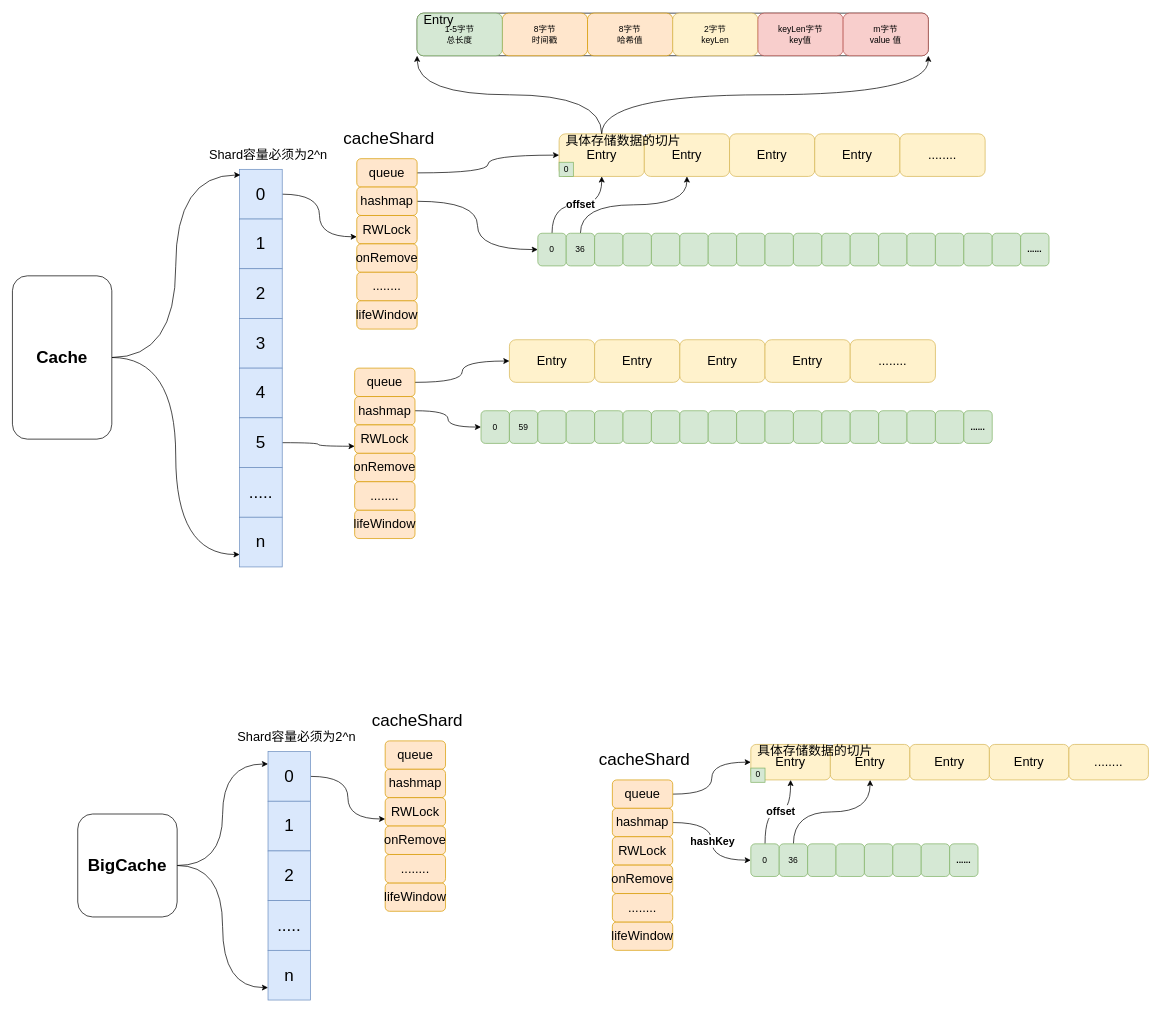
Before: page "数据结构" (1 of 3) of _cache/bigCache.drawio in Zhouchaowen/Hawkeye, a draw.io diagram. Source tidied: cells renumbered, new cells numbered last; positions are measured from the earlier drawing's top-left corner, leaving out a move shared by most shapes. Both pictures are drawn from the tidied source at 71%, with x=0, y=0 at pixel (12, 13).
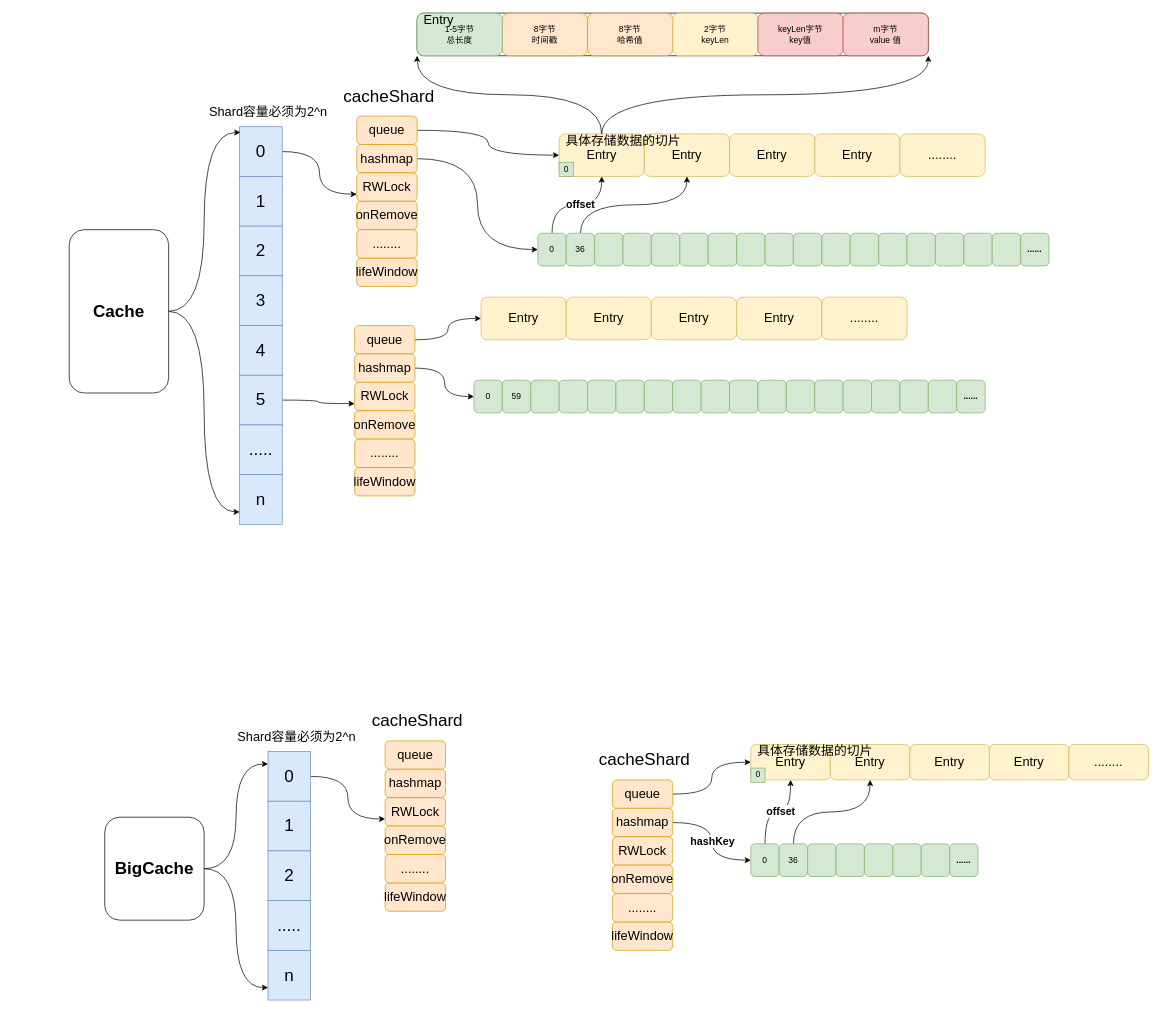
Above is the later version.

Change to the diagram source:
```diff
@@
     <mxCell id="12" value="&lt;font style=&quot;font-size: 24px&quot;&gt;0&lt;br&gt;&lt;/font&gt;" style="rounded=0;whiteSpace=wrap;html=1;fillColor=#dae8fc;strokeColor=#6c8ebf;" parent="1" vertex="1">
-      <mxGeometry x="320" y="220" width="60" height="70" as="geometry" />
+      <mxGeometry x="320" y="160" width="60" height="70" as="geometry" />
     </mxCell>
     <mxCell id="13" value="&lt;font style=&quot;font-size: 24px&quot;&gt;1&lt;/font&gt;" style="rounded=0;whiteSpace=wrap;html=1;fillColor=#dae8fc;strokeColor=#6c8ebf;" parent="1" vertex="1">
-      <mxGeometry x="320" y="290" width="60" height="70" as="geometry" />
+      <mxGeometry x="320" y="230" width="60" height="70" as="geometry" />
     </mxCell>
     <mxCell id="14" value="&lt;font style=&quot;font-size: 24px&quot;&gt;2&lt;/font&gt;" style="rounded=0;whiteSpace=wrap;html=1;fillColor=#dae8fc;strokeColor=#6c8ebf;" parent="1" vertex="1">
-      <mxGeometry x="320" y="360" width="60" height="70" as="geometry" />
+      <mxGeometry x="320" y="300" width="60" height="70" as="geometry" />
     </mxCell>
     <mxCell id="15" value="&lt;font style=&quot;font-size: 24px&quot;&gt;3&lt;/font&gt;" style="rounded=0;whiteSpace=wrap;html=1;fillColor=#dae8fc;strokeColor=#6c8ebf;" parent="1" vertex="1">
-      <mxGeometry x="320" y="430" width="60" height="70" as="geometry" />
+      <mxGeometry x="320" y="370" width="60" height="70" as="geometry" />
     </mxCell>
     <mxCell id="16" value="&lt;font style=&quot;font-size: 24px&quot;&gt;4&lt;/font&gt;" style="rounded=0;whiteSpace=wrap;html=1;fillColor=#dae8fc;strokeColor=#6c8ebf;" parent="1" vertex="1">
-      <mxGeometry x="320" y="500" width="60" height="70" as="geometry" />
+      <mxGeometry x="320" y="440" width="60" height="70" as="geometry" />
     </mxCell>
@@
     <mxCell id="18" value="&lt;font style=&quot;font-size: 24px&quot;&gt;5&lt;/font&gt;" style="rounded=0;whiteSpace=wrap;html=1;fillColor=#dae8fc;strokeColor=#6c8ebf;" parent="1" vertex="1">
-      <mxGeometry x="320" y="570" width="60" height="70" as="geometry" />
+      <mxGeometry x="320" y="510" width="60" height="70" as="geometry" />
     </mxCell>
     <mxCell id="19" value="&lt;span style=&quot;font-size: 24px&quot;&gt;.....&lt;/span&gt;" style="rounded=0;whiteSpace=wrap;html=1;fillColor=#dae8fc;strokeColor=#6c8ebf;" parent="1" vertex="1">
-      <mxGeometry x="320" y="640" width="60" height="70" as="geometry" />
+      <mxGeometry x="320" y="580" width="60" height="70" as="geometry" />
     </mxCell>
     <mxCell id="20" value="&lt;font style=&quot;font-size: 24px&quot;&gt;n&lt;/font&gt;" style="rounded=0;whiteSpace=wrap;html=1;fillColor=#dae8fc;strokeColor=#6c8ebf;" parent="1" vertex="1">
-      <mxGeometry x="320" y="710" width="60" height="70" as="geometry" />
+      <mxGeometry x="320" y="650" width="60" height="70" as="geometry" />
     </mxCell>
@@
     <mxCell id="29" style="group;" parent="1" vertex="1">
-      <mxGeometry x="700" y="460" width="600" height="60" as="geometry" />
+      <mxGeometry x="660" y="400" width="600" height="60" as="geometry" />
     </mxCell>
@@
     <mxCell id="37" value="&lt;font style=&quot;font-size: 18px&quot;&gt;Shard容量必须为2^n&lt;/font&gt;" style="text;html=1;align=center;verticalAlign=middle;strokeColor=none;" parent="1" vertex="1">
-      <mxGeometry x="270" y="190" width="180" height="20" as="geometry" />
+      <mxGeometry x="270" y="130" width="180" height="20" as="geometry" />
     </mxCell>
@@
     <mxCell id="60" value="&lt;font style=&quot;font-size: 18px&quot;&gt;queue&lt;/font&gt;" style="rounded=1;whiteSpace=wrap;html=1;fillColor=#ffe6cc;strokeColor=#d79b00;" parent="1" vertex="1">
-      <mxGeometry x="485" y="205" width="85" height="40" as="geometry" />
+      <mxGeometry x="485" y="145" width="85" height="40" as="geometry" />
     </mxCell>
@@
     <mxCell id="62" value="&lt;font style=&quot;font-size: 18px&quot;&gt;hashmap&lt;/font&gt;" style="rounded=1;whiteSpace=wrap;html=1;fillColor=#ffe6cc;strokeColor=#d79b00;" parent="1" vertex="1">
-      <mxGeometry x="485" y="245" width="85" height="40" as="geometry" />
+      <mxGeometry x="485" y="185" width="85" height="40" as="geometry" />
     </mxCell>
     <mxCell id="63" value="&lt;span style=&quot;font-size: 18px&quot;&gt;RWLock&lt;/span&gt;" style="rounded=1;whiteSpace=wrap;html=1;fillColor=#ffe6cc;strokeColor=#d79b00;" parent="1" vertex="1">
-      <mxGeometry x="485" y="285" width="85" height="40" as="geometry" />
+      <mxGeometry x="485" y="225" width="85" height="40" as="geometry" />
     </mxCell>
     <mxCell id="64" value="&lt;font style=&quot;font-size: 18px&quot;&gt;onRemove&lt;/font&gt;" style="rounded=1;whiteSpace=wrap;html=1;fillColor=#ffe6cc;strokeColor=#d79b00;" parent="1" vertex="1">
-      <mxGeometry x="485" y="325" width="85" height="40" as="geometry" />
+      <mxGeometry x="485" y="265" width="85" height="40" as="geometry" />
     </mxCell>
     <mxCell id="65" value="&lt;span style=&quot;font-size: 18px&quot;&gt;lifeWindow&lt;/span&gt;" style="rounded=1;whiteSpace=wrap;html=1;fillColor=#ffe6cc;strokeColor=#d79b00;" parent="1" vertex="1">
-      <mxGeometry x="485" y="405" width="85" height="40" as="geometry" />
+      <mxGeometry x="485" y="345" width="85" height="40" as="geometry" />
     </mxCell>
     <mxCell id="66" value="&lt;span style=&quot;font-size: 18px&quot;&gt;........&lt;/span&gt;" style="rounded=1;whiteSpace=wrap;html=1;fillColor=#ffe6cc;strokeColor=#d79b00;" parent="1" vertex="1">
-      <mxGeometry x="485" y="365" width="85" height="40" as="geometry" />
+      <mxGeometry x="485" y="305" width="85" height="40" as="geometry" />
     </mxCell>
@@
     <mxCell id="68" value="&lt;font style=&quot;font-size: 18px&quot;&gt;queue&lt;/font&gt;" style="rounded=1;whiteSpace=wrap;html=1;fillColor=#ffe6cc;strokeColor=#d79b00;" parent="1" vertex="1">
-      <mxGeometry x="482" y="500" width="85" height="40" as="geometry" />
+      <mxGeometry x="482" y="440" width="85" height="40" as="geometry" />
     </mxCell>
-    <mxCell id="69" style="edgeStyle=orthogonalEdgeStyle;curved=1;rounded=0;jettySize=auto;html=1;exitX=1;exitY=0.5;exitDx=0;exitDy=0;entryX=0;entryY=0.5;entryDx=0;entryDy=0;" parent="1" edge="1" source="70" target="75">
+    <mxCell id="69" style="edgeStyle=orthogonalEdgeStyle;rounded=0;jettySize=auto;html=1;exitX=1;exitY=0.5;exitDx=0;exitDy=0;entryX=0;entryY=0.5;entryDx=0;entryDy=0;curved=1;" parent="1" edge="1" source="70" target="75">
       <mxGeometry relative="1" as="geometry" />
     </mxCell>
     <mxCell id="70" value="&lt;font style=&quot;font-size: 18px&quot;&gt;hashmap&lt;/font&gt;" style="rounded=1;whiteSpace=wrap;html=1;fillColor=#ffe6cc;strokeColor=#d79b00;" parent="1" vertex="1">
-      <mxGeometry x="482" y="540" width="85" height="40" as="geometry" />
+      <mxGeometry x="482" y="480" width="85" height="40" as="geometry" />
     </mxCell>
     <mxCell id="71" value="&lt;span style=&quot;font-size: 18px&quot;&gt;RWLock&lt;/span&gt;" style="rounded=1;whiteSpace=wrap;html=1;fillColor=#ffe6cc;strokeColor=#d79b00;" parent="1" vertex="1">
-      <mxGeometry x="482" y="580" width="85" height="40" as="geometry" />
+      <mxGeometry x="482" y="520" width="85" height="40" as="geometry" />
     </mxCell>
     <mxCell id="72" value="&lt;font style=&quot;font-size: 18px&quot;&gt;onRemove&lt;/font&gt;" style="rounded=1;whiteSpace=wrap;html=1;fillColor=#ffe6cc;strokeColor=#d79b00;" parent="1" vertex="1">
-      <mxGeometry x="482" y="620" width="85" height="40" as="geometry" />
+      <mxGeometry x="482" y="560" width="85" height="40" as="geometry" />
     </mxCell>
     <mxCell id="73" value="&lt;span style=&quot;font-size: 18px&quot;&gt;lifeWindow&lt;/span&gt;" style="rounded=1;whiteSpace=wrap;html=1;fillColor=#ffe6cc;strokeColor=#d79b00;" parent="1" vertex="1">
-      <mxGeometry x="482" y="700" width="85" height="40" as="geometry" />
+      <mxGeometry x="482" y="640" width="85" height="40" as="geometry" />
     </mxCell>
     <mxCell id="74" value="&lt;span style=&quot;font-size: 18px&quot;&gt;........&lt;/span&gt;" style="rounded=1;whiteSpace=wrap;html=1;fillColor=#ffe6cc;strokeColor=#d79b00;" parent="1" vertex="1">
-      <mxGeometry x="482" y="660" width="85" height="40" as="geometry" />
+      <mxGeometry x="482" y="600" width="85" height="40" as="geometry" />
     </mxCell>
     <mxCell id="75" value="0" style="rounded=1;whiteSpace=wrap;html=1;fillColor=#d5e8d4;strokeColor=#82b366;" parent="1" vertex="1">
-      <mxGeometry x="660" y="560" width="40" height="46" as="geometry" />
+      <mxGeometry x="650" y="517" width="40" height="46" as="geometry" />
     </mxCell>
     <mxCell id="76" value="59" style="rounded=1;whiteSpace=wrap;html=1;fillColor=#d5e8d4;strokeColor=#82b366;" parent="1" vertex="1">
-      <mxGeometry x="700" y="560" width="40" height="46" as="geometry" />
+      <mxGeometry x="690" y="517" width="40" height="46" as="geometry" />
     </mxCell>
     <mxCell id="77" style="rounded=1;whiteSpace=wrap;html=1;fillColor=#d5e8d4;strokeColor=#82b366;" parent="1" vertex="1">
-      <mxGeometry x="740" y="560" width="40" height="46" as="geometry" />
+      <mxGeometry x="730" y="517" width="40" height="46" as="geometry" />
     </mxCell>
     <mxCell id="78" style="rounded=1;whiteSpace=wrap;html=1;fillColor=#d5e8d4;strokeColor=#82b366;" parent="1" vertex="1">
-      <mxGeometry x="780" y="560" width="40" height="46" as="geometry" />
+      <mxGeometry x="770" y="517" width="40" height="46" as="geometry" />
     </mxCell>
     <mxCell id="79" style="rounded=1;whiteSpace=wrap;html=1;fillColor=#d5e8d4;strokeColor=#82b366;" parent="1" vertex="1">
-      <mxGeometry x="820" y="560" width="40" height="46" as="geometry" />
+      <mxGeometry x="810" y="517" width="40" height="46" as="geometry" />
     </mxCell>
     <mxCell id="80" style="rounded=1;whiteSpace=wrap;html=1;fillColor=#d5e8d4;strokeColor=#82b366;" parent="1" vertex="1">
-      <mxGeometry x="860" y="560" width="40" height="46" as="geometry" />
+      <mxGeometry x="850" y="517" width="40" height="46" as="geometry" />
     </mxCell>
     <mxCell id="81" style="rounded=1;whiteSpace=wrap;html=1;fillColor=#d5e8d4;strokeColor=#82b366;" parent="1" vertex="1">
-      <mxGeometry x="900" y="560" width="40" height="46" as="geometry" />
+      <mxGeometry x="890" y="517" width="40" height="46" as="geometry" />
     </mxCell>
     <mxCell id="82" style="rounded=1;whiteSpace=wrap;html=1;fillColor=#d5e8d4;strokeColor=#82b366;" parent="1" vertex="1">
-      <mxGeometry x="940" y="560" width="40" height="46" as="geometry" />
+      <mxGeometry x="930" y="517" width="40" height="46" as="geometry" />
     </mxCell>
     <mxCell id="83" style="rounded=1;whiteSpace=wrap;html=1;fillColor=#d5e8d4;strokeColor=#82b366;" parent="1" vertex="1">
-      <mxGeometry x="980" y="560" width="40" height="46" as="geometry" />
+      <mxGeometry x="970" y="517" width="40" height="46" as="geometry" />
     </mxCell>
     <mxCell id="84" style="rounded=1;whiteSpace=wrap;html=1;fillColor=#d5e8d4;strokeColor=#82b366;" parent="1" vertex="1">
-      <mxGeometry x="1020" y="560" width="40" height="46" as="geometry" />
+      <mxGeometry x="1010" y="517" width="40" height="46" as="geometry" />
     </mxCell>
     <mxCell id="85" style="rounded=1;whiteSpace=wrap;html=1;fillColor=#d5e8d4;strokeColor=#82b366;" parent="1" vertex="1">
-      <mxGeometry x="1060" y="560" width="40" height="46" as="geometry" />
+      <mxGeometry x="1050" y="517" width="40" height="46" as="geometry" />
     </mxCell>
     <mxCell id="86" style="rounded=1;whiteSpace=wrap;html=1;fillColor=#d5e8d4;strokeColor=#82b366;" parent="1" vertex="1">
-      <mxGeometry x="1100" y="560" width="40" height="46" as="geometry" />
+      <mxGeometry x="1090" y="517" width="40" height="46" as="geometry" />
     </mxCell>
     <mxCell id="87" style="rounded=1;whiteSpace=wrap;html=1;fillColor=#d5e8d4;strokeColor=#82b366;" parent="1" vertex="1">
-      <mxGeometry x="1140" y="560" width="40" height="46" as="geometry" />
+      <mxGeometry x="1130" y="517" width="40" height="46" as="geometry" />
     </mxCell>
     <mxCell id="88" style="rounded=1;whiteSpace=wrap;html=1;fillColor=#d5e8d4;strokeColor=#82b366;" parent="1" vertex="1">
-      <mxGeometry x="1180" y="560" width="40" height="46" as="geometry" />
+      <mxGeometry x="1170" y="517" width="40" height="46" as="geometry" />
     </mxCell>
     <mxCell id="89" style="rounded=1;whiteSpace=wrap;html=1;fillColor=#d5e8d4;strokeColor=#82b366;" parent="1" vertex="1">
-      <mxGeometry x="1220" y="560" width="40" height="46" as="geometry" />
+      <mxGeometry x="1210" y="517" width="40" height="46" as="geometry" />
     </mxCell>
     <mxCell id="90" style="rounded=1;whiteSpace=wrap;html=1;fillColor=#d5e8d4;strokeColor=#82b366;" parent="1" vertex="1">
-      <mxGeometry x="1260" y="560" width="40" height="46" as="geometry" />
+      <mxGeometry x="1250" y="517" width="40" height="46" as="geometry" />
     </mxCell>
     <mxCell id="91" style="rounded=1;whiteSpace=wrap;html=1;fillColor=#d5e8d4;strokeColor=#82b366;" parent="1" vertex="1">
-      <mxGeometry x="1300" y="560" width="40" height="46" as="geometry" />
+      <mxGeometry x="1290" y="517" width="40" height="46" as="geometry" />
     </mxCell>
     <mxCell id="92" value="&lt;b&gt;......&lt;/b&gt;" style="rounded=1;whiteSpace=wrap;html=1;fillColor=#d5e8d4;strokeColor=#82b366;" parent="1" vertex="1">
-      <mxGeometry x="1340" y="560" width="40" height="46" as="geometry" />
+      <mxGeometry x="1330" y="517" width="40" height="46" as="geometry" />
     </mxCell>
@@
     <mxCell id="95" value="&lt;b&gt;&lt;font style=&quot;font-size: 24px&quot;&gt;Cache&lt;/font&gt;&lt;/b&gt;" style="rounded=1;whiteSpace=wrap;html=1;" parent="1" vertex="1">
-      <mxGeometry y="370" width="140" height="230" as="geometry" />
+      <mxGeometry x="80" y="305" width="140" height="230" as="geometry" />
     </mxCell>
     <mxCell id="96" value="&lt;br style=&quot;font-size: 24px&quot;&gt;&lt;span style=&quot;font-size: 24px&quot;&gt;cacheShard&lt;/span&gt;" style="text;html=1;align=center;verticalAlign=middle;strokeColor=none;" parent="1" vertex="1">
-      <mxGeometry x="460" y="150" width="140" height="40" as="geometry" />
+      <mxGeometry x="460" y="90" width="140" height="40" as="geometry" />
     </mxCell>
@@
     <mxCell id="113" value="&lt;b&gt;&lt;font style=&quot;font-size: 24px&quot;&gt;BigCache&lt;/font&gt;&lt;/b&gt;" style="rounded=1;whiteSpace=wrap;html=1;" parent="1" vertex="1">
-      <mxGeometry x="92" y="1128" width="140" height="145" as="geometry" />
+      <mxGeometry x="130" y="1132.5" width="140" height="145" as="geometry" />
     </mxCell>
```
